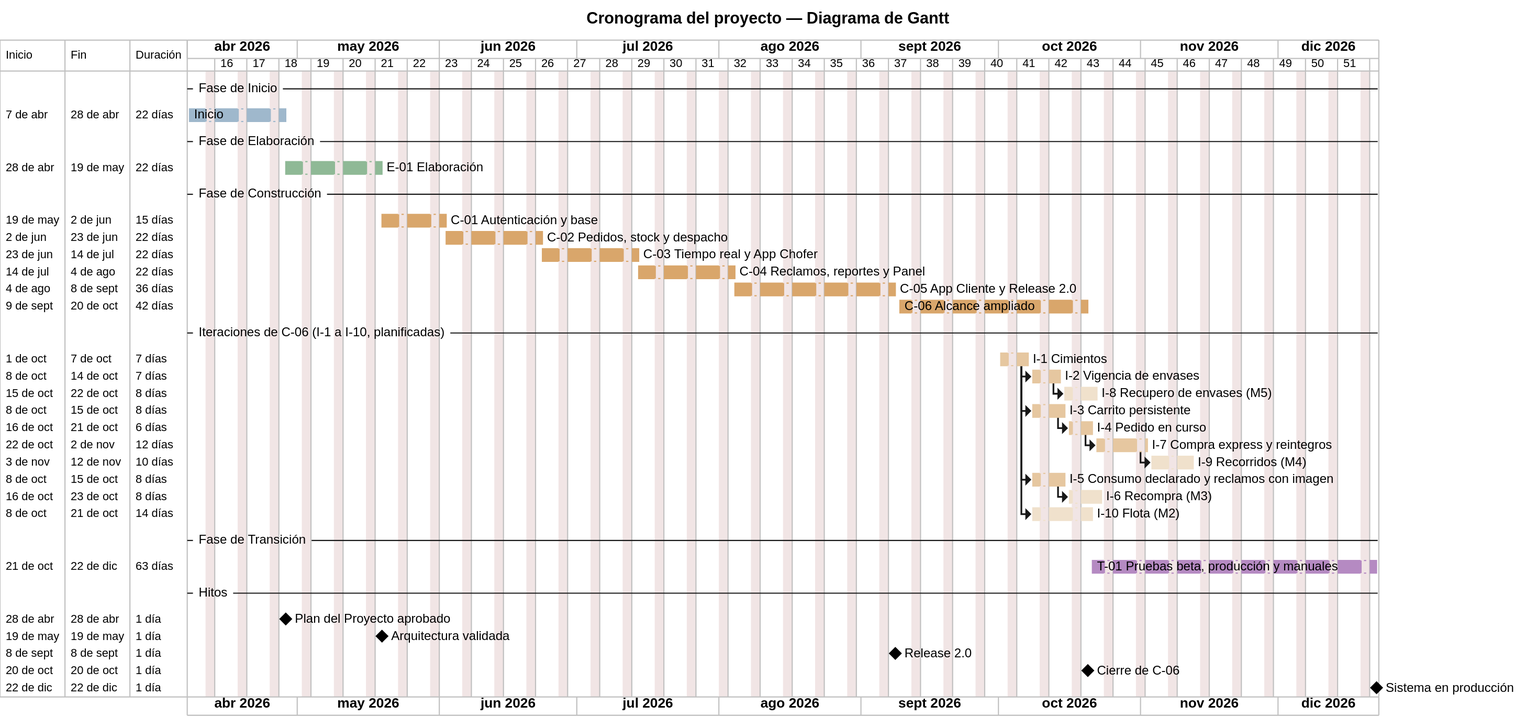
This is diagramas/uml/UML_Gantt.svg from Nahuelito-Dev/splg-docs, a PlantUML export, as it was before one commit.
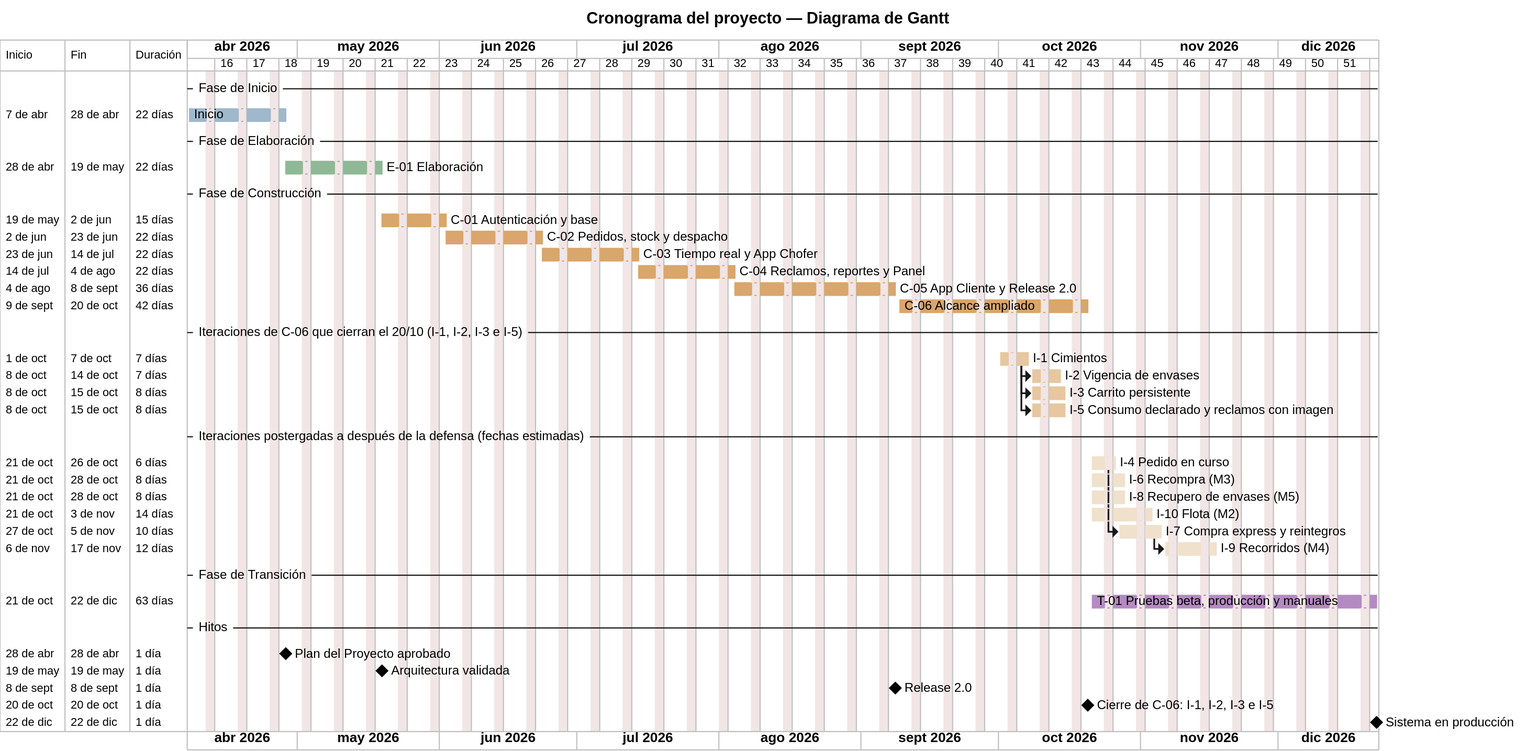
The same file after the commit.

Diff of the diagram source:
```diff
@@ -28,24 +28,25 @@
 [C04] is colored in #D9A66B
 [C05] is colored in #D9A66B
 [C06] is colored in #D9A66B
--- Iteraciones de C-06 (I-1 a I-10, planificadas) --
+-- Iteraciones de C-06 que cierran el 20/10 (I-1, I-2, I-3 e I-5) --
 [I-1 Cimientos] as [I1] starts 2026-10-01 and lasts 5 days
 [I-2 Vigencia de envases] as [I2] starts at [I1]'s end and lasts 5 days
-[I-8 Recupero de envases (M5)] as [I8] starts at [I2]'s end and lasts 6 days
 [I-3 Carrito persistente] as [I3] starts at [I1]'s end and lasts 6 days
-[I-4 Pedido en curso] as [I4] starts at [I3]'s end and lasts 4 days
-[I-7 Compra express y reintegros] as [I7] starts at [I4]'s end and lasts 8 days
-[I-9 Recorridos (M4)] as [I9] starts at [I7]'s end and lasts 8 days
 [I-5 Consumo declarado y reclamos con imagen] as [I5] starts at [I1]'s end and lasts 6 days
-[I-6 Recompra (M3)] as [I6] starts at [I5]'s end and lasts 6 days
-[I-10 Flota (M2)] as [I10] starts at [I1]'s end and lasts 10 days
 [I1] is colored in #E6C7A0
 [I2] is colored in #E6C7A0
 [I3] is colored in #E6C7A0
-[I4] is colored in #E6C7A0
 [I5] is colored in #E6C7A0
-[I7] is colored in #E6C7A0
+-- Iteraciones postergadas a después de la defensa (fechas estimadas) --
+[I-4 Pedido en curso] as [I4] starts 2026-10-21 and lasts 4 days
+[I-6 Recompra (M3)] as [I6] starts 2026-10-21 and lasts 6 days
+[I-8 Recupero de envases (M5)] as [I8] starts 2026-10-21 and lasts 6 days
+[I-10 Flota (M2)] as [I10] starts 2026-10-21 and lasts 10 days
+[I-7 Compra express y reintegros] as [I7] starts at [I4]'s end and lasts 8 days
+[I-9 Recorridos (M4)] as [I9] starts at [I7]'s end and lasts 8 days
+[I4] is colored in #F0E1CC
 [I6] is colored in #F0E1CC
+[I7] is colored in #F0E1CC
 [I8] is colored in #F0E1CC
 [I9] is colored in #F0E1CC
 [I10] is colored in #F0E1CC
@@ -57,6 +58,6 @@
 [Plan del Proyecto aprobado] happens 2026-04-28
 [Arquitectura validada] happens 2026-05-19
 [Release 2.0] happens 2026-09-08
-[Cierre de C-06] happens 2026-10-20
+[Cierre de C-06: I-1, I-2, I-3 e I-5] happens 2026-10-20
 [Sistema en producción] happens 2026-12-22
 @endgantt
```
